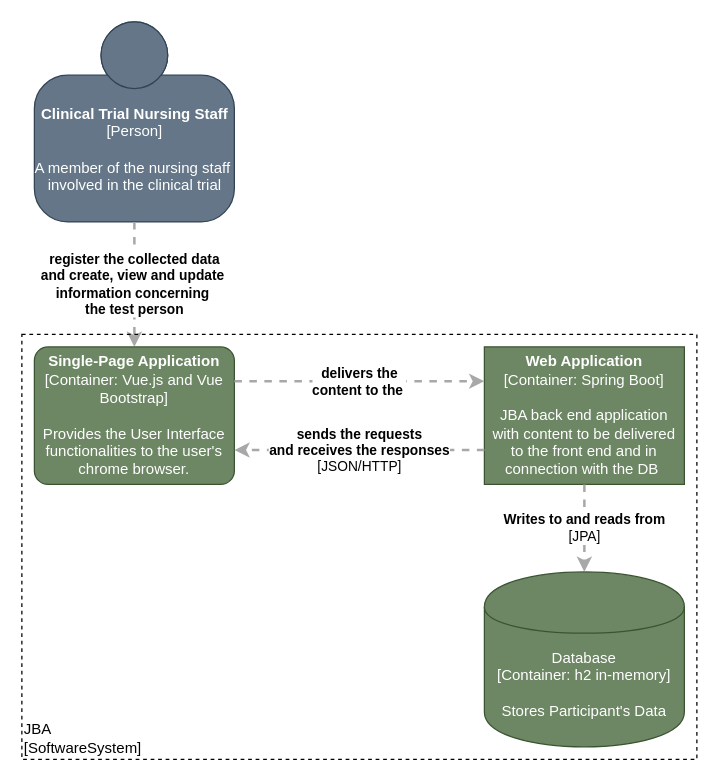
Earlier version of the draw.io diagram thesis/C2_JBA.drawio (sableu/BDD4OQ). Source tidied: cells renumbered, new cells numbered last; positions are measured from the earlier drawing's top-left corner, leaving out a move shared by most shapes. Both pictures are drawn from the tidied source at 125%, with x=0, y=0 at pixel (21, 21).
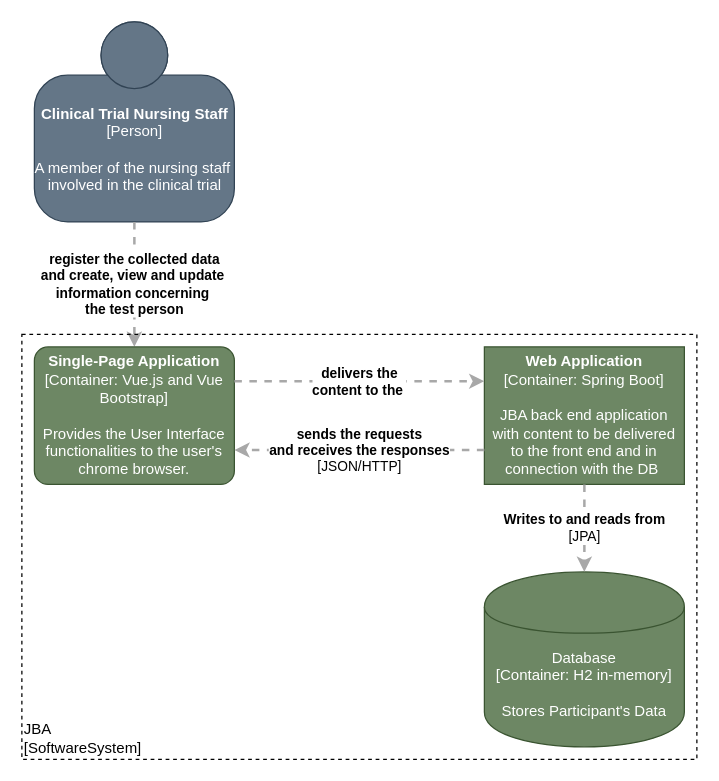
The same diagram, later.

Diff of the diagram source:
```diff
@@
 <mxGraphModel>
   <root>
     <mxCell id="0" />
     <mxCell id="1" parent="0" />
     <mxCell id="2" value="&lt;b&gt;Clinical Trial Nursing Staff&lt;/b&gt;&lt;div&gt;[Person]&lt;/div&gt;&lt;br&gt;&lt;div&gt;A member of the nursing staff&amp;nbsp;&lt;/div&gt;&lt;div&gt;involved&amp;nbsp;&lt;span&gt;in the clinical trial&lt;/span&gt;&lt;/div&gt;" style="html=1;dashed=0;whitespace=wrap;fillColor=#647687;strokeColor=#314354;shape=mxgraph.c4.person;align=center;points=[[0.5,0,0],[1,0.5,0],[1,0.75,0],[0.75,1,0],[0.5,1,0],[0.25,1,0],[0,0.75,0],[0,0.5,0]];fontColor=#ffffff;" parent="1" vertex="1">
       <mxGeometry x="10" width="160" height="160" as="geometry" />
     </mxCell>
     <mxCell id="3" value="&lt;div style=&quot;text-align: left&quot;&gt;&lt;div style=&quot;text-align: center&quot;&gt;&lt;b&gt;register the collected data&lt;/b&gt;&lt;/div&gt;&lt;div style=&quot;text-align: center&quot;&gt;&lt;b&gt;and create, view and update&amp;nbsp;&lt;/b&gt;&lt;/div&gt;&lt;div style=&quot;text-align: center&quot;&gt;&lt;b&gt;information concerning&amp;nbsp;&lt;/b&gt;&lt;/div&gt;&lt;div style=&quot;text-align: center&quot;&gt;&lt;b&gt;the&amp;nbsp;test person&lt;/b&gt;&lt;/div&gt;&lt;/div&gt;" style="edgeStyle=none;rounded=0;html=1;jettySize=auto;strokeColor=#A8A8A8;strokeWidth=2;fontColor=#000000;jumpStyle=none;dashed=1;exitX=0.5;exitY=1;exitDx=0;exitDy=0;exitPerimeter=0;entryX=0.5;entryY=0;entryDx=0;entryDy=0;entryPerimeter=0;" parent="1" edge="1" source="2" target="6">
       <mxGeometry relative="1" as="geometry" />
     </mxCell>
     <mxCell id="4" value="&lt;div style=&quot;text-align: left&quot;&gt;JBA&lt;/div&gt;&lt;div style=&quot;text-align: left&quot;&gt;[SoftwareSystem]&lt;/div&gt;" style="rounded=0;whiteSpace=wrap;html=1;labelBackgroundColor=none;fillColor=none;fontColor=#000000;align=left;arcSize=5;strokeColor=#000000;verticalAlign=bottom;dashed=1;" parent="1" vertex="1">
       <mxGeometry y="250" width="540" height="340" as="geometry" />
     </mxCell>
     <mxCell id="5" value="&lt;b&gt;Web Application&lt;/b&gt;&lt;div&gt;[Container: Spring Boot]&lt;/div&gt;&lt;br&gt;&lt;div&gt;JBA back end application with content to be delivered to the front end and in connection with the DB&amp;nbsp;&lt;/div&gt;" style="rounded=0;whiteSpace=wrap;html=1;labelBackgroundColor=none;fillColor=#6d8764;fontColor=#ffffff;align=center;arcSize=10;strokeColor=#3A5431;points=[[0.25,0,0],[0.5,0,0],[0.75,0,0],[1,0.25,0],[1,0.5,0],[1,0.75,0],[0.75,1,0],[0.5,1,0],[0.25,1,0],[0,0.75,0],[0,0.5,0],[0,0.25,0]];" parent="1" vertex="1">
       <mxGeometry x="370" y="260" width="160" height="110" as="geometry" />
     </mxCell>
     <mxCell id="6" value="&lt;b&gt;Single-Page Application&lt;/b&gt;&lt;div&gt;[Container: Vue.js and Vue Bootstrap]&lt;/div&gt;&lt;br&gt;&lt;div&gt;Provides the User Interface functionalities to the user's chrome browser.&lt;/div&gt;" style="rounded=1;whiteSpace=wrap;html=1;labelBackgroundColor=none;fillColor=#6d8764;fontColor=#ffffff;align=center;arcSize=10;strokeColor=#3A5431;points=[[0.25,0,0],[0.5,0,0],[0.75,0,0],[1,0.25,0],[1,0.5,0],[1,0.75,0],[0.75,1,0],[0.5,1,0],[0.25,1,0],[0,0.75,0],[0,0.5,0],[0,0.25,0]];" parent="1" vertex="1">
       <mxGeometry x="10" y="260" width="160" height="110" as="geometry" />
     </mxCell>
     <mxCell id="7" value="&lt;div style=&quot;text-align: left&quot;&gt;&lt;div style=&quot;text-align: center&quot;&gt;&lt;b&gt;delivers the&lt;/b&gt;&lt;/div&gt;&lt;div style=&quot;text-align: center&quot;&gt;&lt;b&gt;content&lt;/b&gt;&lt;b&gt;&amp;nbsp;&lt;/b&gt;&lt;b&gt;to the&amp;nbsp;&lt;/b&gt;&lt;/div&gt;&lt;/div&gt;" style="edgeStyle=none;rounded=0;html=1;jettySize=auto;strokeColor=#A8A8A8;strokeWidth=2;fontColor=#000000;jumpStyle=none;dashed=1;exitX=1;exitY=0.25;exitDx=0;exitDy=0;exitPerimeter=0;entryX=0;entryY=0.25;entryDx=0;entryDy=0;entryPerimeter=0;" parent="1" edge="1" source="6" target="5">
       <mxGeometry relative="1" as="geometry" />
     </mxCell>
     <mxCell id="8" value="&lt;div style=&quot;text-align: left&quot;&gt;&lt;div style=&quot;text-align: center&quot;&gt;&lt;b&gt;sends the requests&lt;/b&gt;&lt;/div&gt;&lt;div style=&quot;text-align: center&quot;&gt;&lt;b&gt;and receives the responses&lt;/b&gt;&lt;/div&gt;&lt;div style=&quot;text-align: center&quot;&gt;[JSON/HTTP]&lt;/div&gt;&lt;/div&gt;" style="edgeStyle=none;rounded=0;html=1;jettySize=auto;strokeColor=#A8A8A8;strokeWidth=2;fontColor=#000000;jumpStyle=none;dashed=1;entryX=1;entryY=0.75;entryDx=0;entryDy=0;entryPerimeter=0;exitX=0;exitY=0.75;exitDx=0;exitDy=0;exitPerimeter=0;" parent="1" edge="1" source="5" target="6">
       <mxGeometry relative="1" as="geometry" />
     </mxCell>
-    <mxCell id="9" value="&lt;span&gt;Database&lt;/span&gt;&lt;div&gt;[Container:&amp;nbsp;h2 in-memory]&lt;/div&gt;&lt;br&gt;&lt;div&gt;Stores Participant's Data&lt;/div&gt;" style="shape=cylinder;whiteSpace=wrap;html=1;boundedLbl=1;rounded=0;labelBackgroundColor=none;fillColor=#6d8764;fontSize=12;fontColor=#ffffff;align=center;strokeColor=#3A5431;points=[[0.5,0,0],[1,0.25,0],[1,0.5,0],[1,0.75,0],[0.5,1,0],[0,0.75,0],[0,0.5,0],[0,0.25,0]];" parent="1" vertex="1">
+    <mxCell id="9" value="&lt;span&gt;Database&lt;/span&gt;&lt;div&gt;[Container:&amp;nbsp;H2 in-memory]&lt;/div&gt;&lt;br&gt;&lt;div&gt;Stores Participant's Data&lt;/div&gt;" style="shape=cylinder;whiteSpace=wrap;html=1;boundedLbl=1;rounded=0;labelBackgroundColor=none;fillColor=#6d8764;fontSize=12;fontColor=#ffffff;align=center;strokeColor=#3A5431;points=[[0.5,0,0],[1,0.25,0],[1,0.5,0],[1,0.75,0],[0.5,1,0],[0,0.75,0],[0,0.5,0],[0,0.25,0]];" parent="1" vertex="1">
       <mxGeometry x="370" y="440" width="160" height="140" as="geometry" />
     </mxCell>
     <mxCell id="10" value="&lt;div style=&quot;text-align: left&quot;&gt;&lt;div style=&quot;text-align: center&quot;&gt;&lt;b&gt;Writes to and reads from&lt;/b&gt;&lt;/div&gt;&lt;div style=&quot;text-align: center&quot;&gt;[JPA]&lt;/div&gt;&lt;/div&gt;" style="edgeStyle=none;rounded=0;html=1;entryX=0.5;entryY=0;jettySize=auto;strokeColor=#A8A8A8;strokeWidth=2;fontColor=#000000;jumpStyle=none;dashed=1;exitX=0.5;exitY=1;exitDx=0;exitDy=0;exitPerimeter=0;entryDx=0;entryDy=0;entryPerimeter=0;" parent="1" edge="1" source="5" target="9">
       <mxGeometry relative="1" as="geometry" />
     </mxCell>
   </root>
 </mxGraphModel>
```
